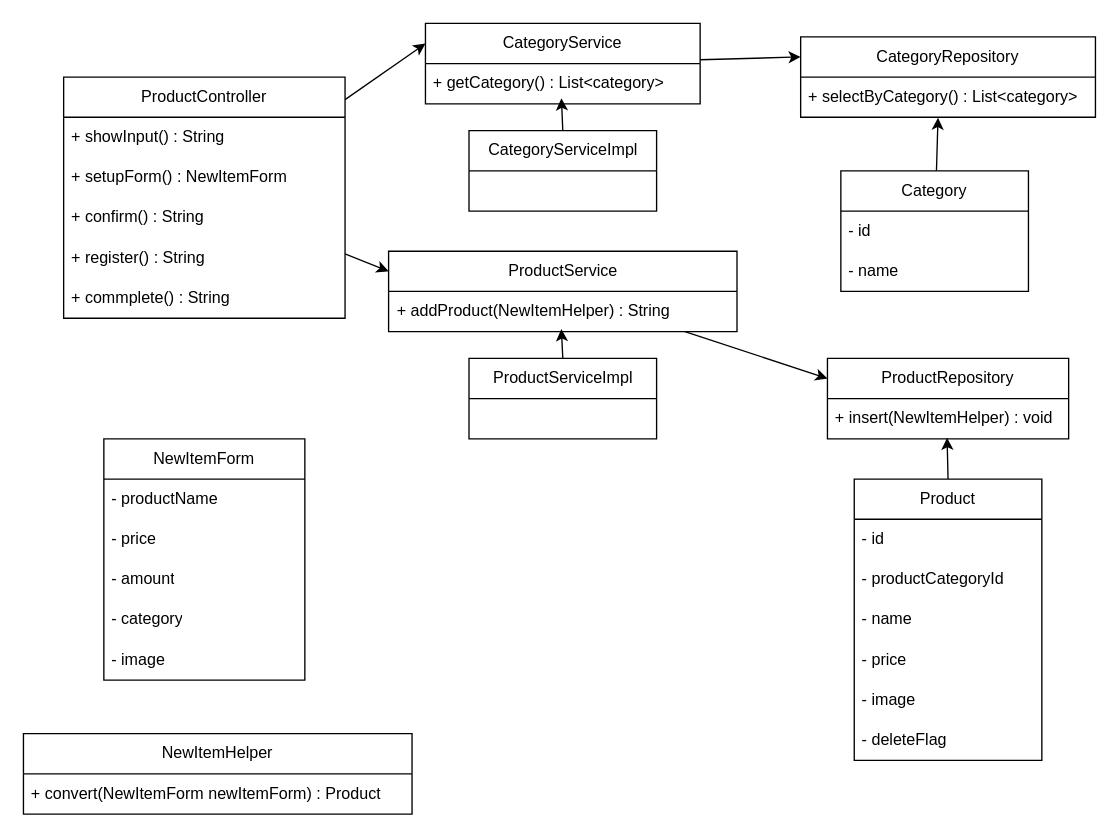
Above: plan/uml/class/dio/UC010.dio in NstecEmp-024/team-dev-spring-boot-ec (draw.io), before the change. Source tidied: cells renumbered, new cells numbered last; positions are measured from the earlier drawing's top-left corner, leaving out a move shared by most shapes. Both pictures are drawn from the tidied source at 134%, with x=0, y=0 at pixel (23, 23).
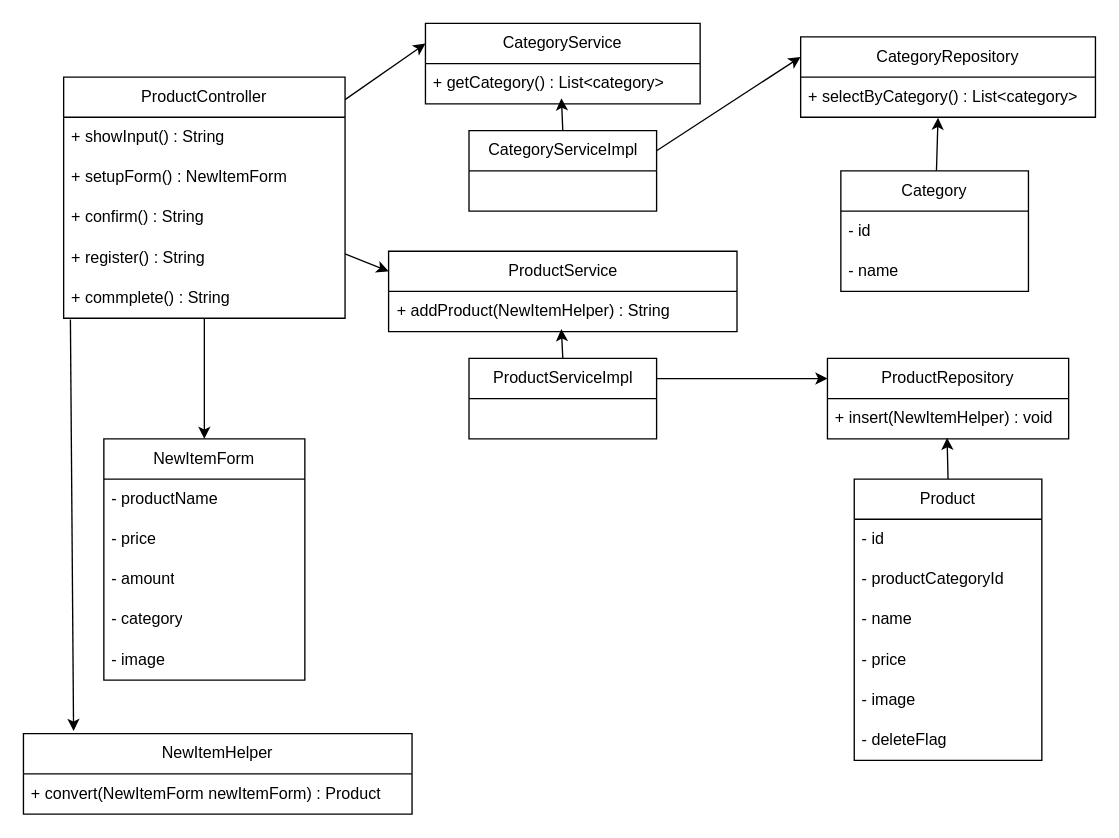
The same page after the edit.

Unchanged cells that the change refers to:
```xml
<mxCell id="9" value="+ commplete() : String" style="text;strokeColor=none;fillColor=none;align=left;verticalAlign=middle;spacingLeft=4;spacingRight=4;overflow=hidden;points=[[0,0.5],[1,0.5]];portConstraint=eastwest;whiteSpace=wrap;html=1;" parent="4" vertex="1">
  <mxGeometry y="150" width="210" height="30" as="geometry" />
</mxCell>
<mxCell id="10" value="NewItemForm" style="swimlane;fontStyle=0;horizontal=1;startSize=30;whiteSpace=wrap;html=1;" parent="1" vertex="1">
  <mxGeometry x="60" y="310" width="150" height="180" as="geometry" />
</mxCell>
<mxCell id="16" value="NewItemHelper" style="swimlane;fontStyle=0;horizontal=1;startSize=30;whiteSpace=wrap;html=1;" parent="1" vertex="1">
  <mxGeometry y="530" width="290" height="60" as="geometry" />
</mxCell>
<mxCell id="19" value="CategoryService" style="swimlane;fontStyle=0;horizontal=1;startSize=30;whiteSpace=wrap;html=1;" parent="1" vertex="1">
  <mxGeometry x="300" width="205" height="60" as="geometry" />
</mxCell>
<mxCell id="22" value="ProductService" style="swimlane;fontStyle=0;horizontal=1;startSize=30;whiteSpace=wrap;html=1;" parent="1" vertex="1">
  <mxGeometry x="272.5" y="170" width="260" height="60" as="geometry" />
</mxCell>
<mxCell id="24" value="CategoryRepository" style="swimlane;fontStyle=0;horizontal=1;startSize=30;whiteSpace=wrap;html=1;" parent="1" vertex="1">
  <mxGeometry x="580" y="10" width="220" height="60" as="geometry" />
</mxCell>
<mxCell id="26" value="ProductRepository" style="swimlane;fontStyle=0;horizontal=1;startSize=30;whiteSpace=wrap;html=1;" parent="1" vertex="1">
  <mxGeometry x="600" y="250" width="180" height="60" as="geometry" />
</mxCell>
<mxCell id="28" value="CategoryServiceImpl" style="swimlane;fontStyle=0;horizontal=1;startSize=30;whiteSpace=wrap;html=1;" parent="1" vertex="1">
  <mxGeometry x="332.5" y="80" width="140" height="60" as="geometry" />
</mxCell>
<mxCell id="29" value="ProductServiceImpl" style="swimlane;fontStyle=0;horizontal=1;startSize=30;whiteSpace=wrap;html=1;" parent="1" vertex="1">
  <mxGeometry x="332.5" y="250" width="140" height="60" as="geometry" />
</mxCell>
```

Change to the diagram source:
```diff
@@
-    <mxCell id="18" style="edgeStyle=none;html=1;entryX=0;entryY=0.25;entryDx=0;entryDy=0;" parent="1" edge="1" source="19" target="24">
+    <mxCell id="18" style="edgeStyle=none;html=1;entryX=0;entryY=0.25;entryDx=0;entryDy=0;exitX=1;exitY=0.25;exitDx=0;exitDy=0;" parent="1" edge="1" source="28" target="24">
       <mxGeometry relative="1" as="geometry" />
     </mxCell>
@@
-    <mxCell id="21" style="edgeStyle=none;html=1;entryX=0;entryY=0.25;entryDx=0;entryDy=0;" parent="1" edge="1" source="22" target="26">
+    <mxCell id="21" style="edgeStyle=none;html=1;entryX=0;entryY=0.25;entryDx=0;entryDy=0;exitX=1;exitY=0.25;exitDx=0;exitDy=0;" parent="1" edge="1" source="29" target="26">
       <mxGeometry relative="1" as="geometry" />
     </mxCell>
@@
+    <mxCell id="44" style="endArrow=classic;html=1;entryX=0.5;entryY=0;entryDx=0;entryDy=0;" parent="1" edge="1" target="10">
+      <mxGeometry relative="1" as="geometry">
+        <mxPoint x="135" y="220" as="sourcePoint" />
+      </mxGeometry>
+    </mxCell>
+    <mxCell id="45" style="endArrow=classic;html=1;exitX=0.024;exitY=1.029;exitDx=0;exitDy=0;exitPerimeter=0;entryX=0.129;entryY=-0.033;entryDx=0;entryDy=0;entryPerimeter=0;" parent="1" edge="1" source="9" target="16">
+      <mxGeometry relative="1" as="geometry" />
+    </mxCell>
```
